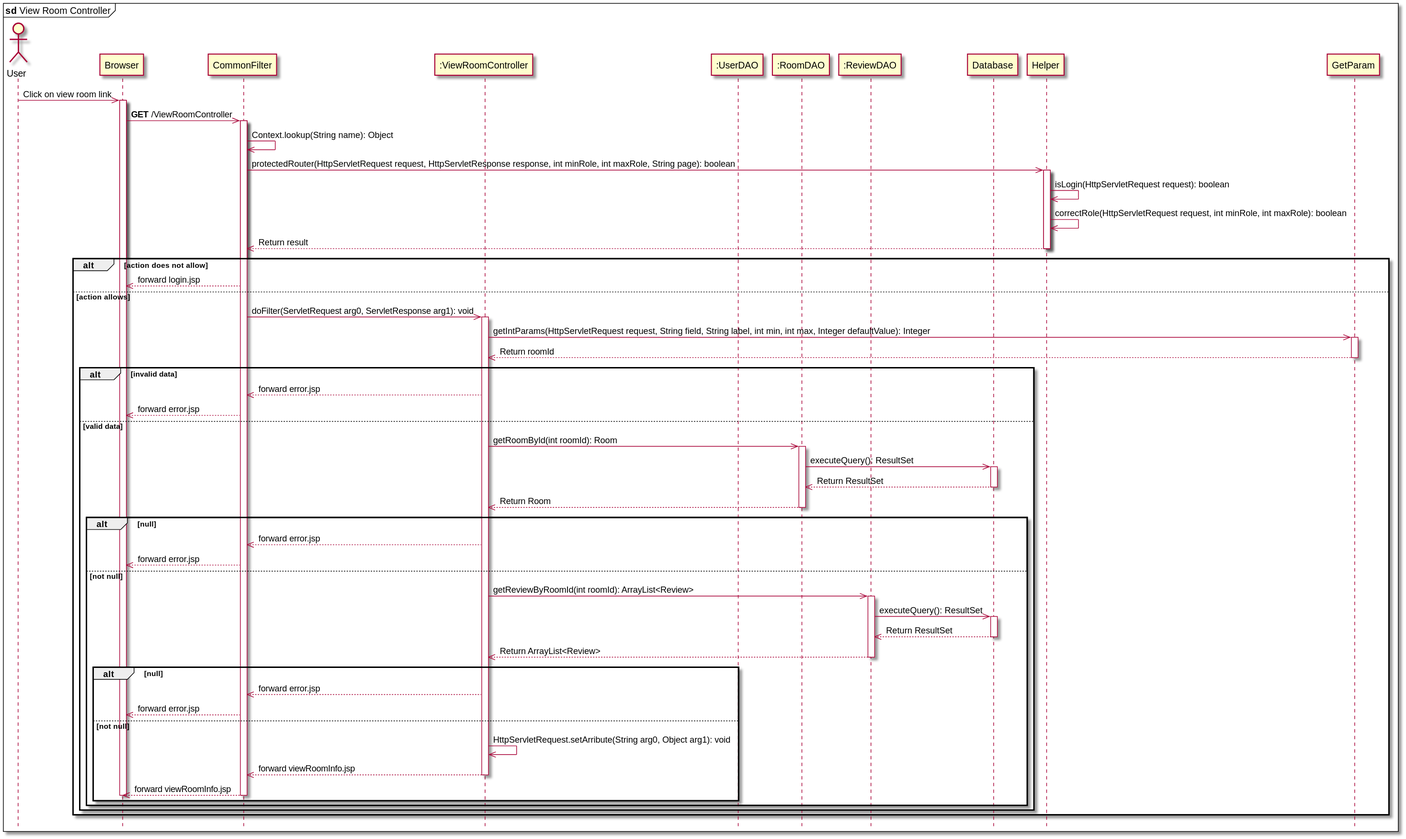
tantruong2303/booking-hotel keeps this PlantUML diagram as data/sequence/viewRoomController.svg. Above is the earlier version. Source of this version:
```plantuml
@startuml
mainframe **sd** View Room Controller
hide footbox
actor User
participant "Browser" as Browser
participant "CommonFilter" as CommonFilter
participant ":ViewRoomController" as ViewRoomController
participant ":UserDAO" as UserDAO
participant ":RoomDAO" as RoomDAO
participant ":ReviewDAO" as ReviewDAO
participant "Database" as Database
participant "Helper" as Helper
participant "GetParam" as GetParam

User ->> Browser: Click on view room link
activate Browser
Browser ->> CommonFilter: **GET** /ViewRoomController
activate CommonFilter
CommonFilter ->> CommonFilter: Context.lookup(String name): Object
CommonFilter ->> Helper: protectedRouter(HttpServletRequest request, HttpServletResponse response, int minRole, int maxRole, String page): boolean
activate Helper
Helper ->> Helper: isLogin(HttpServletRequest request): boolean
Helper ->> Helper: correctRole(HttpServletRequest request, int minRole, int maxRole): boolean
Helper -->> CommonFilter: Return result
deactivate Helper

alt action does not allow
    CommonFilter -->> Browser: forward login.jsp

else action allows
    CommonFilter ->> ViewRoomController: doFilter(ServletRequest arg0, ServletResponse arg1): void
    activate ViewRoomController
    ViewRoomController ->> GetParam: getIntParams(HttpServletRequest request, String field, String label, int min, int max, Integer defaultValue): Integer
    activate GetParam
    GetParam -->> ViewRoomController: Return roomId
    deactivate GetParam

    alt invalid data
        ViewRoomController -->> CommonFilter: forward error.jsp
        CommonFilter -->> Browser: forward error.jsp
    else valid data
        ViewRoomController ->> RoomDAO: getRoomById(int roomId): Room
        activate RoomDAO
        RoomDAO ->> Database: executeQuery(): ResultSet
        activate Database
        Database -->> RoomDAO: Return ResultSet
        deactivate Database
        RoomDAO -->> ViewRoomController: Return Room
        deactivate RoomDAO

        alt null
            ViewRoomController -->> CommonFilter: forward error.jsp
            CommonFilter -->> Browser: forward error.jsp
        else not null
            ViewRoomController ->> ReviewDAO: getReviewByRoomId(int roomId): ArrayList<Review>
            activate ReviewDAO
            ReviewDAO ->> Database: executeQuery(): ResultSet
            activate Database
            Database -->> ReviewDAO: Return ResultSet
            deactivate Database
            ReviewDAO -->> ViewRoomController: Return ArrayList<Review>
            deactivate ReviewDAO

            alt null
                ViewRoomController -->> CommonFilter: forward error.jsp
                CommonFilter -->> Browser: forward error.jsp
            else not null
                ViewRoomController ->> ViewRoomController: HttpServletRequest.setArribute(String arg0, Object arg1): void
                ViewRoomController -->> CommonFilter: forward viewRoomInfo.jsp
                deactivate ViewRoomController
                CommonFilter -->> Browser: forward viewRoomInfo.jsp
                deactivate CommonFilter
                deactivate Browser
            end

        end
    end
end
@enduml
```
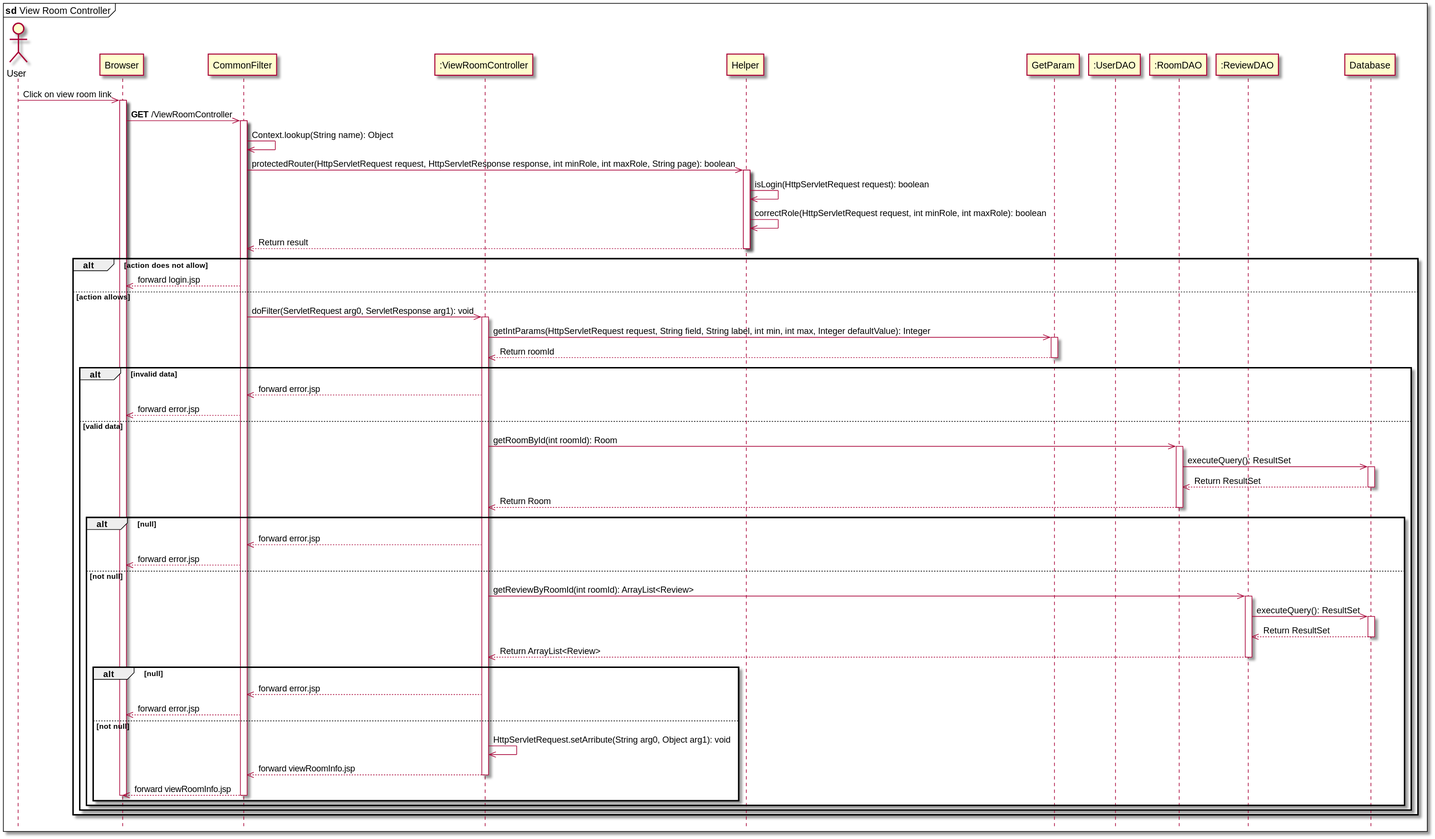
The same file after the commit.

The edit, as a diff of the source:
```diff
@@ -5,12 +5,12 @@
 participant "Browser" as Browser
 participant "CommonFilter" as CommonFilter
 participant ":ViewRoomController" as ViewRoomController
+participant "Helper" as Helper
+participant "GetParam" as GetParam
 participant ":UserDAO" as UserDAO
 participant ":RoomDAO" as RoomDAO
 participant ":ReviewDAO" as ReviewDAO
 participant "Database" as Database
-participant "Helper" as Helper
-participant "GetParam" as GetParam
 
 User ->> Browser: Click on view room link
 activate Browser
```
